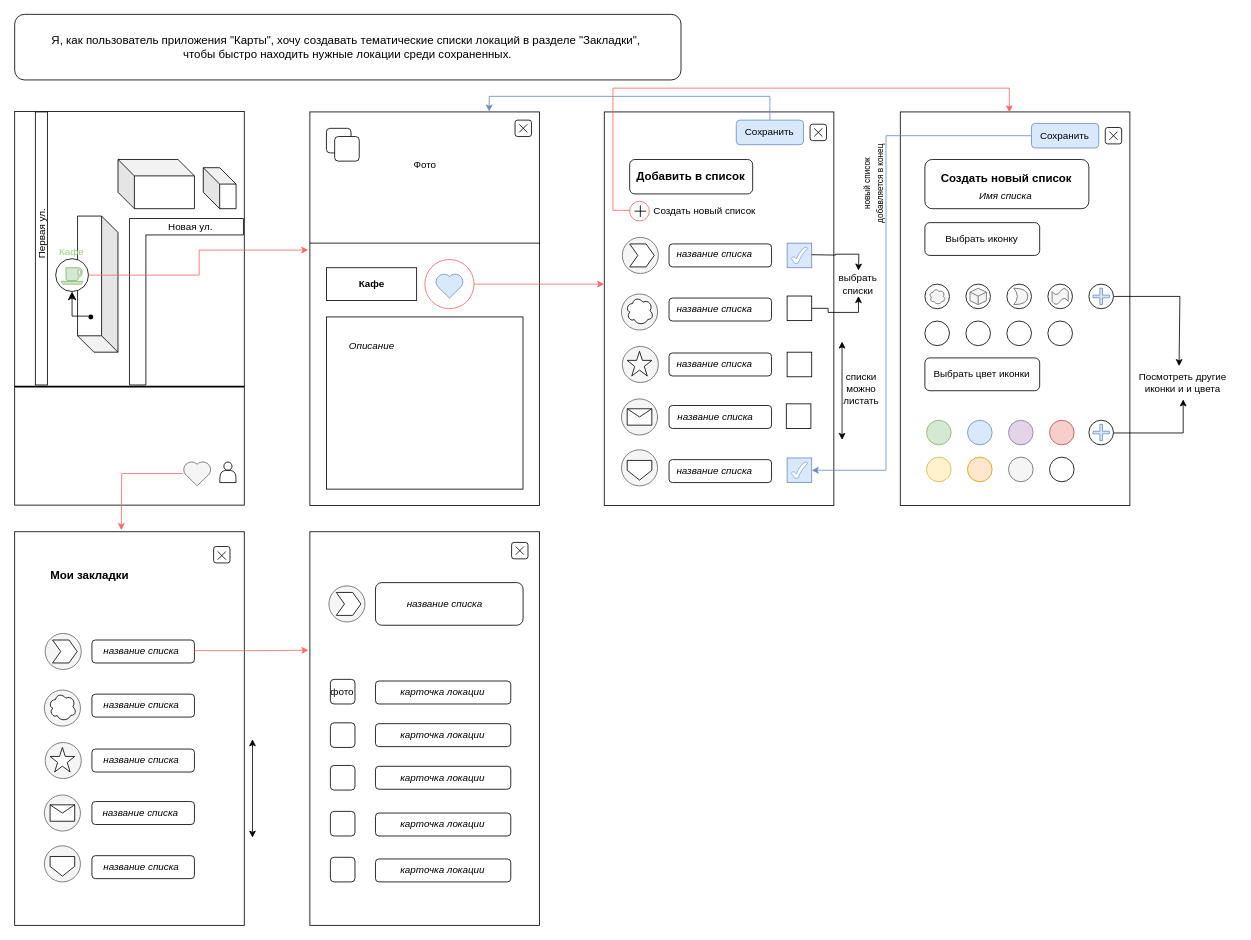
This is Bogatkina_Diana/maket_maps.drawio from abdullahproff/BSA21_1, a draw.io file, before an edit. Source tidied: cells renumbered, new cells numbered last; positions are measured from the earlier drawing's top-left corner, leaving out a move shared by most shapes. Both pictures are drawn from the tidied source at 82%, with x=0, y=0 at pixel (-16, 14).
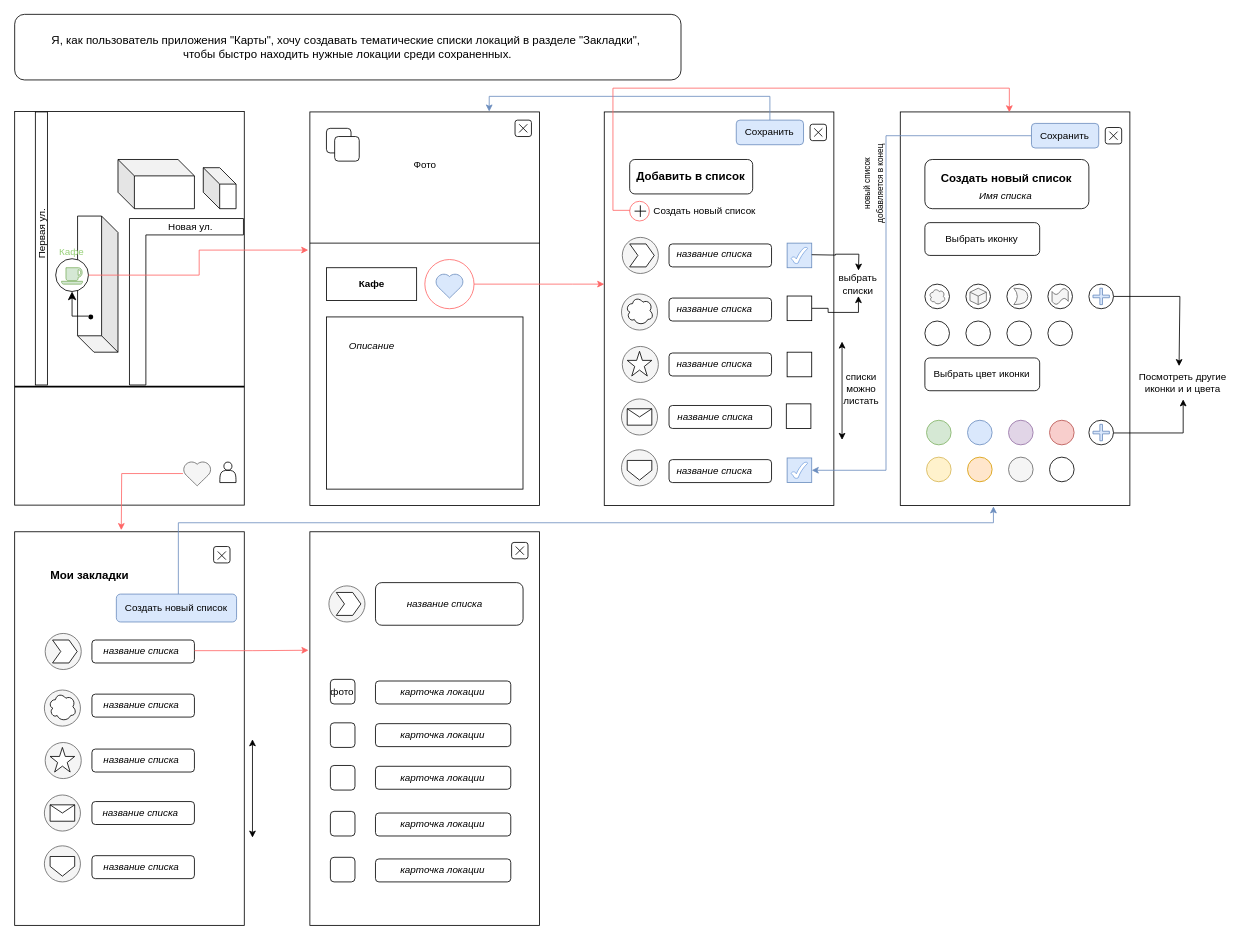
Above is the later version.

Commit message (it also covers changes not shown here):
небольшие изменения

Diff of the diagram source:
```diff
@@
+    <mxCell id="156" value="Создать новый список" style="rounded=1;whiteSpace=wrap;html=1;fillColor=#dae8fc;strokeColor=#6c8ebf;" parent="1" vertex="1">
+      <mxGeometry x="161.4" y="707" width="146.6" height="34" as="geometry" />
+    </mxCell>
+    <mxCell id="157" style="edgeStyle=orthogonalEdgeStyle;rounded=0;jettySize=auto;html=1;fillColor=#dae8fc;strokeColor=#6c8ebf;" parent="1" edge="1" source="156">
+      <mxGeometry relative="1" as="geometry">
+        <mxPoint x="1231" y="600" as="targetPoint" />
+        <Array as="points">
+          <mxPoint x="237" y="620" />
+          <mxPoint x="1231" y="620" />
+        </Array>
+      </mxGeometry>
+    </mxCell>
```
